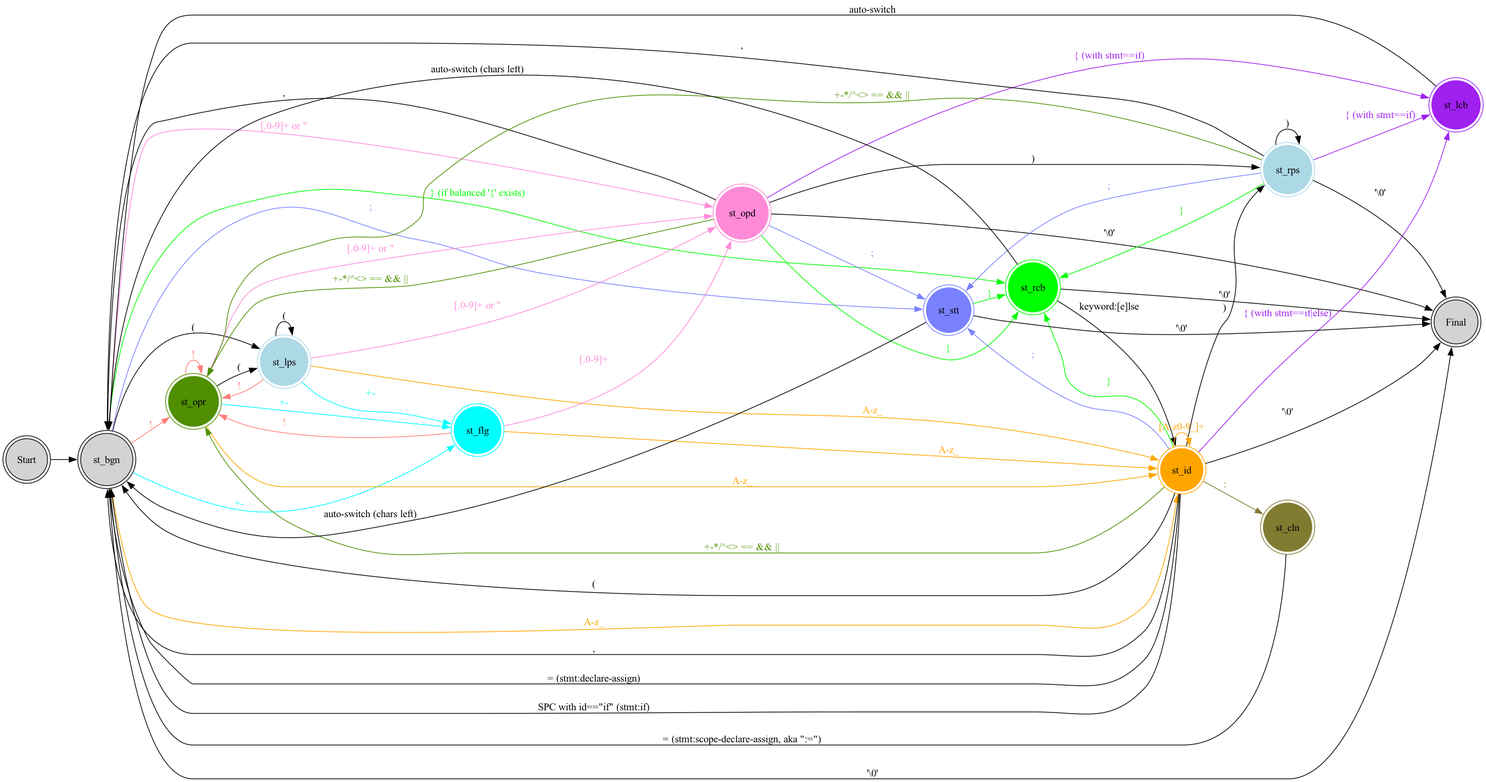
Earlier version of the Graphviz export state_transition.png (jacoolee/calc). Its source is kept beside it as state_transition.dot.
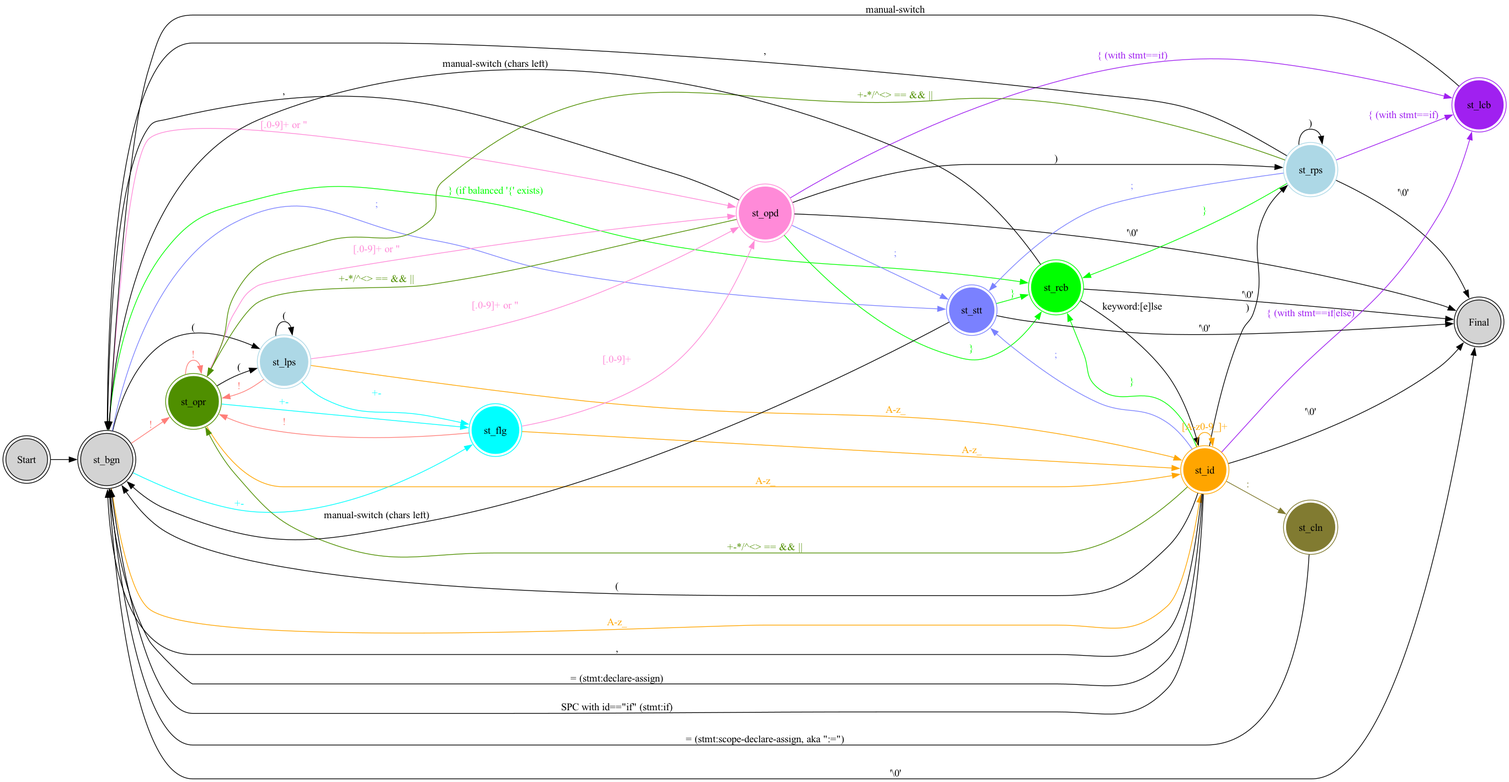
The same diagram one commit later.

The edit, as a diff of the source:
```diff
@@ -71,15 +71,15 @@
         st_id -> st_stt[label=";",color="#7a81ff",fontcolor="#7a81ff"];
         st_id -> st_fin[label="'\\0'"];
 
-        st_lcb -> st_bgn[label="auto-switch"];
+        st_lcb -> st_bgn[label="manual-switch"];
 
         st_rcb -> st_id[label="keyword:[e]lse"];
-        st_rcb -> st_bgn[label="auto-switch (chars left)"];
+        st_rcb -> st_bgn[label="manual-switch (chars left)"];
         st_rcb -> st_fin[label="'\\0'"];
 
         st_cln -> st_bgn[label="= (stmt:scope-declare-assign, aka \":=\")"];
 
-        st_stt -> st_bgn[label="auto-switch (chars left)"];
+        st_stt -> st_bgn[label="manual-switch (chars left)"];
         st_stt -> st_rcb[label="}",color="green",fontcolor="green"];
         st_stt -> st_fin[label="'\\0'"];
     }
```
